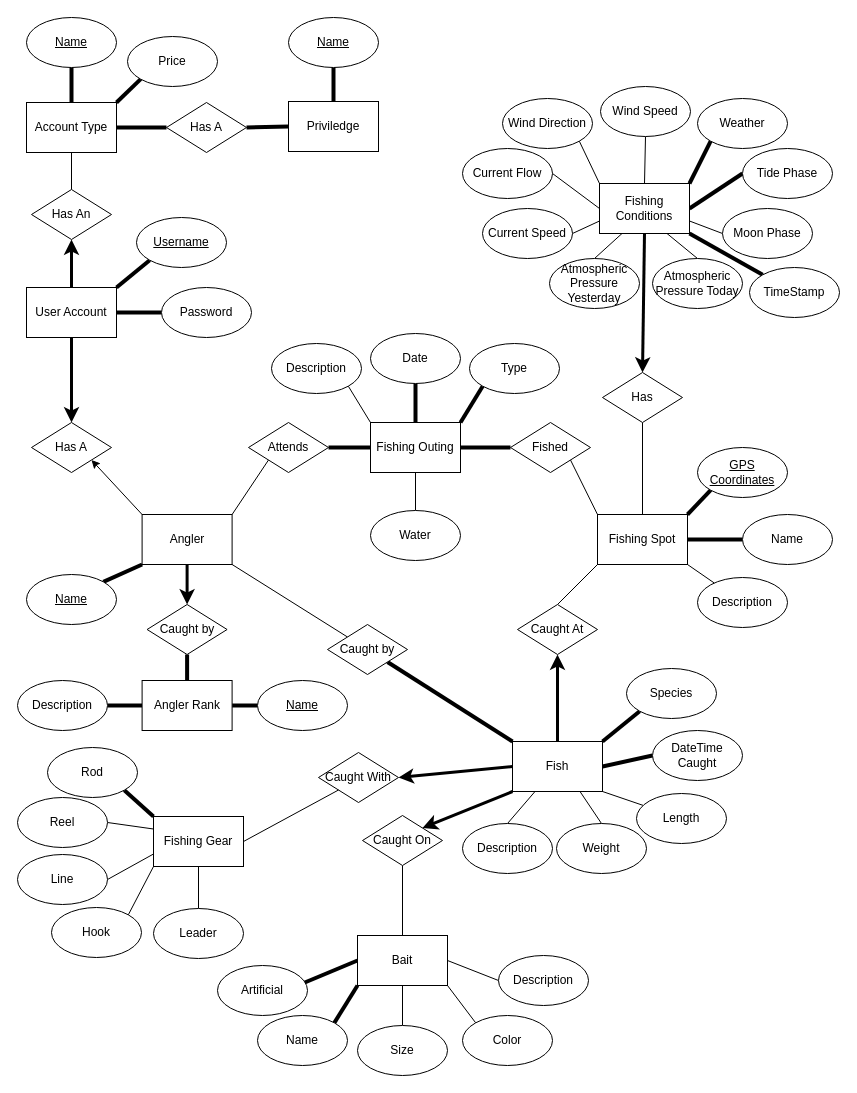
Above: db/fishing.drawio in rjmcginness/FishingStories (draw.io), before the change. Source tidied: cells renumbered, new cells numbered last; positions are measured from the earlier drawing's top-left corner, leaving out a move shared by most shapes. Both pictures are drawn from the tidied source at 100%, with x=0, y=0 at pixel (17, 17).
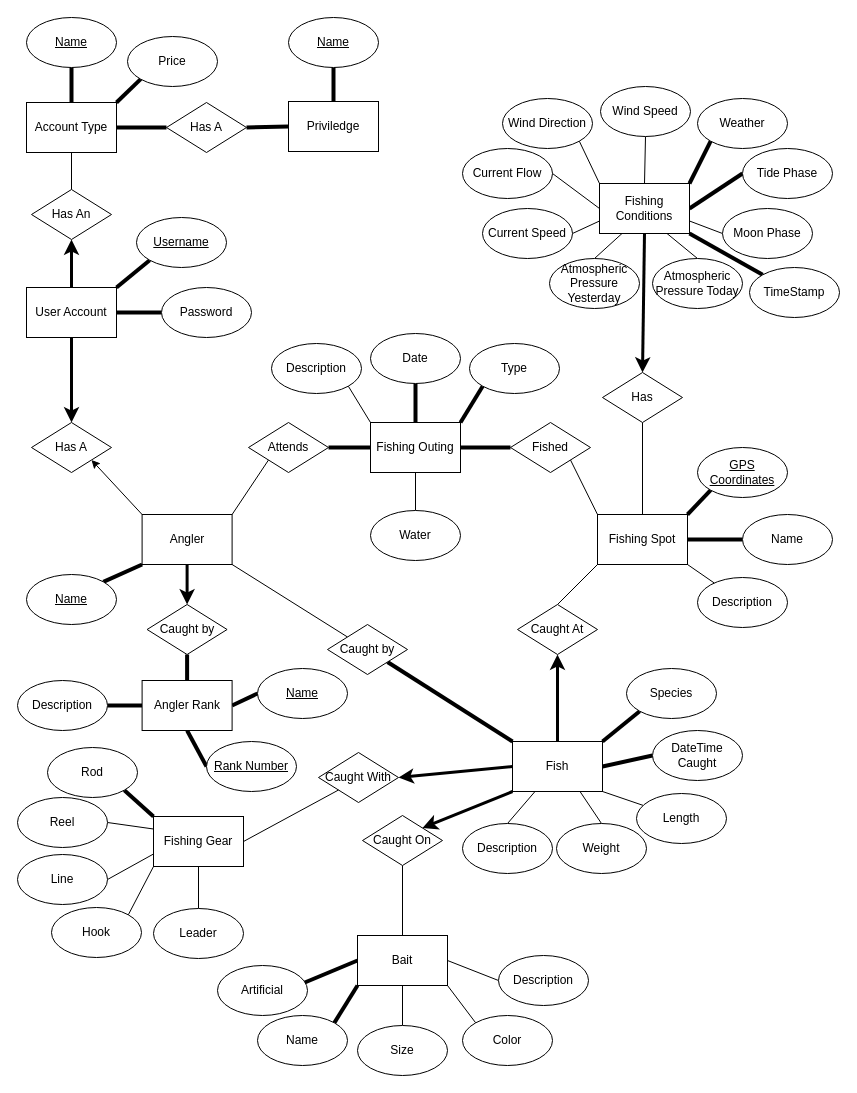
The same page after the edit.

The change refers to these unchanged cells:
```xml
<mxCell id="121" value="Angler Rank" style="rounded=0;whiteSpace=wrap;html=1;" parent="1" vertex="1">
  <mxGeometry x="124.6" y="663" width="90" height="50" as="geometry" />
</mxCell>
```

The edit, as a diff of the source:
```diff
@@
+    <mxCell id="126" style="edgeStyle=none;html=1;exitX=0.5;exitY=1;exitDx=0;exitDy=0;entryX=0;entryY=0.5;entryDx=0;entryDy=0;endArrow=none;endFill=0;strokeWidth=4;" parent="1" edge="1" source="121" target="127">
+      <mxGeometry relative="1" as="geometry" />
+    </mxCell>
@@
     <mxCell id="124" value="&lt;u&gt;Name&lt;/u&gt;" style="ellipse;whiteSpace=wrap;html=1;" parent="1" vertex="1">
-      <mxGeometry x="240" y="663" width="90" height="50" as="geometry" />
+      <mxGeometry x="240" y="651" width="90" height="50" as="geometry" />
     </mxCell>
@@
+    <mxCell id="127" value="&lt;u&gt;Rank Number&lt;/u&gt;" style="ellipse;whiteSpace=wrap;html=1;" parent="1" vertex="1">
+      <mxGeometry x="189" y="724" width="90" height="50" as="geometry" />
+    </mxCell>
```
